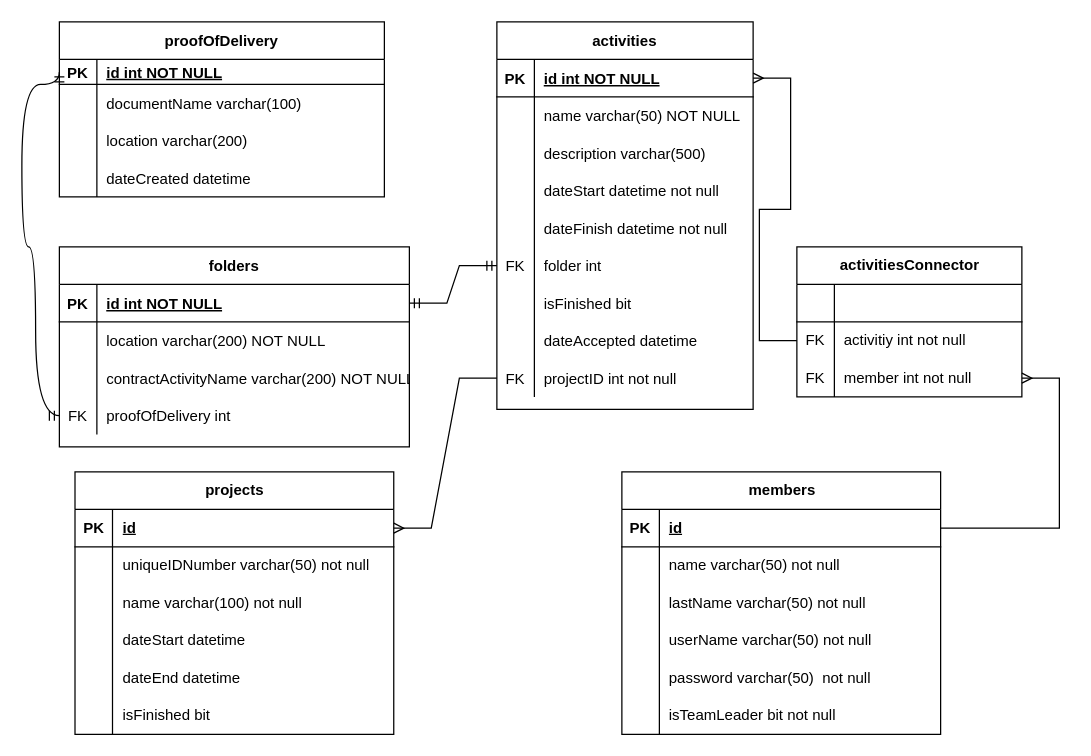
Above: diagram/project_organiser.drawio in Matija1988/EDUNOVA_project_organiser (draw.io), before the change. Source tidied: cells renumbered, new cells numbered last; positions are measured from the earlier drawing's top-left corner, leaving out a move shared by most shapes. Both pictures are drawn from the tidied source at 125%, with x=0, y=0 at pixel (21, 21).
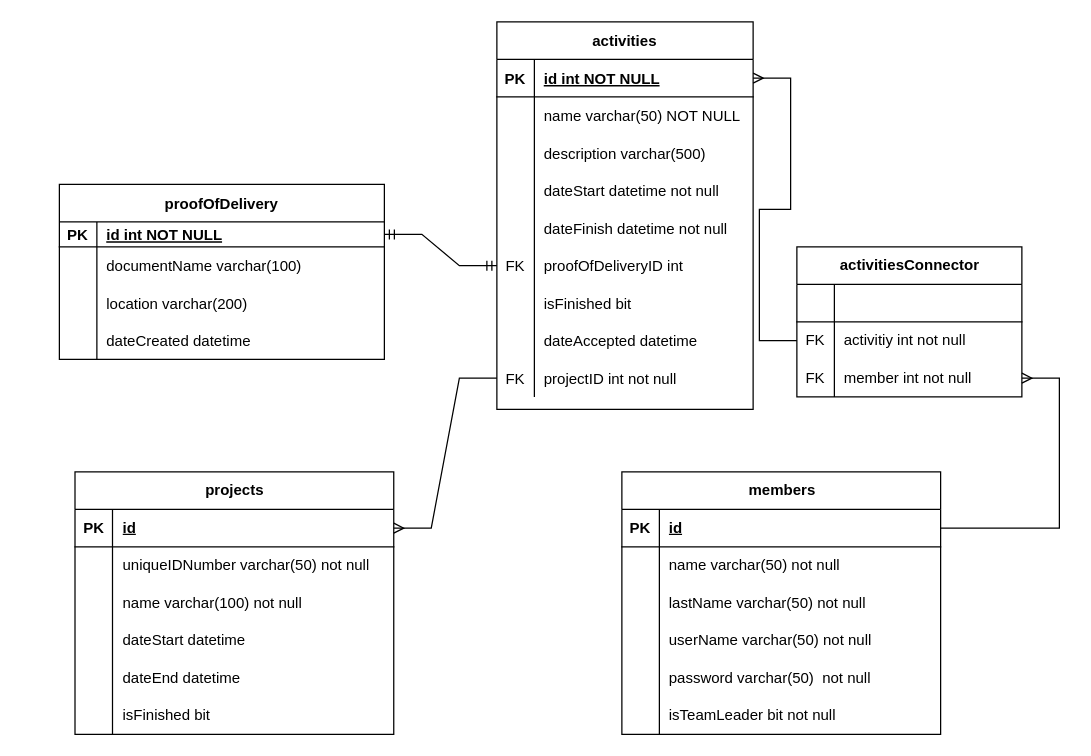
The same diagram, later.

The change refers to these unchanged cells:
```xml
<mxCell id="16" style="shape=partialRectangle;fillColor=none;points=[[0,0.5],[1,0.5]];portConstraint=eastwest;top=0;left=0;right=0;bottom=1;" parent="15" vertex="1">
  <mxGeometry y="30" width="260" height="20" as="geometry" />
</mxCell>
<mxCell id="44" style="shape=partialRectangle;fillColor=none;points=[[0,0.5],[1,0.5]];portConstraint=eastwest;top=0;left=0;right=0;bottom=0;" parent="28" vertex="1">
  <mxGeometry y="180" width="205" height="30" as="geometry" />
</mxCell>
```

Change to the diagram source:
```diff
@@
-    <mxCell id="2" value="folders" style="shape=table;startSize=30;childLayout=tableLayout;rowLines=0;fontStyle=1;align=center;" parent="1" vertex="1">
-      <mxGeometry x="30" y="180" width="280" height="160" as="geometry" />
-    </mxCell>
-    <mxCell id="3" style="shape=partialRectangle;fillColor=none;points=[[0,0.5],[1,0.5]];portConstraint=eastwest;top=0;left=0;right=0;bottom=1;" parent="2" vertex="1">
-      <mxGeometry y="30" width="280" height="30" as="geometry" />
-    </mxCell>
-    <mxCell id="4" value="PK" style="shape=partialRectangle;overflow=hidden;fillColor=none;top=0;left=0;bottom=0;right=0;fontStyle=1;" parent="3" vertex="1">
-      <mxGeometry width="30" height="30" as="geometry" />
-    </mxCell>
-    <mxCell id="5" value="id int NOT NULL " style="shape=partialRectangle;overflow=hidden;fillColor=none;top=0;left=0;bottom=0;right=0;align=left;spacingLeft=6;fontStyle=5;" parent="3" vertex="1">
-      <mxGeometry x="30" width="250" height="30" as="geometry" />
-    </mxCell>
-    <mxCell id="6" style="shape=partialRectangle;fillColor=none;top=0;left=0;right=0;bottom=0;" parent="2" vertex="1">
-      <mxGeometry y="60" width="280" height="30" as="geometry" />
-    </mxCell>
-    <mxCell id="7" style="shape=partialRectangle;overflow=hidden;fillColor=none;top=0;left=0;bottom=0;right=0;" parent="6" vertex="1">
-      <mxGeometry width="30" height="30" as="geometry" />
-    </mxCell>
-    <mxCell id="8" value="location varchar(200) NOT NULL" style="shape=partialRectangle;overflow=hidden;fillColor=none;top=0;left=0;bottom=0;right=0;align=left;spacingLeft=6;" parent="6" vertex="1">
-      <mxGeometry x="30" width="250" height="30" as="geometry" />
-    </mxCell>
-    <mxCell id="9" style="shape=partialRectangle;fillColor=none;top=0;left=0;right=0;bottom=0;" parent="2" vertex="1">
-      <mxGeometry y="90" width="280" height="30" as="geometry" />
-    </mxCell>
-    <mxCell id="10" style="shape=partialRectangle;overflow=hidden;fillColor=none;top=0;left=0;bottom=0;right=0;" parent="9" vertex="1">
-      <mxGeometry width="30" height="30" as="geometry" />
-    </mxCell>
-    <mxCell id="11" value="contractActivityName varchar(200) NOT NULL" style="shape=partialRectangle;overflow=hidden;fillColor=none;top=0;left=0;bottom=0;right=0;align=left;spacingLeft=6;" parent="9" vertex="1">
-      <mxGeometry x="30" width="250" height="30" as="geometry" />
-    </mxCell>
-    <mxCell id="12" style="shape=partialRectangle;fillColor=none;points=[[0,0.5],[1,0.5]];portConstraint=eastwest;top=0;left=0;right=0;bottom=0;" parent="2" vertex="1">
-      <mxGeometry y="120" width="280" height="30" as="geometry" />
-    </mxCell>
-    <mxCell id="13" value="FK" style="shape=partialRectangle;overflow=hidden;fillColor=none;top=0;left=0;bottom=0;right=0;" parent="12" vertex="1">
-      <mxGeometry width="30" height="30" as="geometry" />
-    </mxCell>
-    <mxCell id="14" value="proofOfDelivery int " style="shape=partialRectangle;overflow=hidden;fillColor=none;top=0;left=0;bottom=0;right=0;align=left;spacingLeft=6;" parent="12" vertex="1">
-      <mxGeometry x="30" width="250" height="30" as="geometry" />
-    </mxCell>
     <mxCell id="15" value="proofOfDelivery" style="shape=table;startSize=30;childLayout=tableLayout;rowLines=0;fontStyle=1;align=center;" parent="1" vertex="1">
-      <mxGeometry x="30" width="260" height="140" as="geometry" />
+      <mxGeometry x="30" y="130" width="260" height="140" as="geometry" />
     </mxCell>
@@
-    <mxCell id="46" value="folder int" style="shape=partialRectangle;overflow=hidden;fillColor=none;top=0;left=0;bottom=0;right=0;align=left;spacingLeft=6;" parent="44" vertex="1">
+    <mxCell id="46" value="proofOfDeliveryID int" style="shape=partialRectangle;overflow=hidden;fillColor=none;top=0;left=0;bottom=0;right=0;align=left;spacingLeft=6;" parent="44" vertex="1">
       <mxGeometry x="30" width="175" height="30" as="geometry" />
     </mxCell>
@@
-    <mxCell id="104" style="edgeStyle=orthogonalEdgeStyle;fontSize=12;html=1;endArrow=ERmandOne;startArrow=ERmandOne;rounded=0;strokeColor=default;exitX=0;exitY=0.5;exitDx=0;exitDy=0;curved=1;entryX=0;entryY=0.5;entryDx=0;entryDy=0;" parent="1" edge="1" source="16" target="12">
-      <mxGeometry relative="1" as="geometry">
-        <Array as="points">
-          <mxPoint x="30" y="50" />
-          <mxPoint y="50" />
-          <mxPoint y="180" />
-          <mxPoint x="11" y="180" />
-          <mxPoint x="11" y="315" />
-        </Array>
-      </mxGeometry>
-    </mxCell>
-    <mxCell id="105" style="edgeStyle=entityRelationEdgeStyle;fontSize=12;html=1;endArrow=ERmandOne;startArrow=ERmandOne;rounded=0;exitX=1;exitY=0.5;exitDx=0;exitDy=0;entryX=0;entryY=0.5;entryDx=0;entryDy=0;" parent="1" edge="1" source="3" target="44">
-      <mxGeometry relative="1" as="geometry" />
+    <mxCell id="105" style="edgeStyle=entityRelationEdgeStyle;fontSize=12;html=1;endArrow=ERmandOne;startArrow=ERmandOne;rounded=0;exitX=1;exitY=0.5;exitDx=0;exitDy=0;entryX=0;entryY=0.5;entryDx=0;entryDy=0;" parent="1" edge="1" source="16" target="44">
+      <mxGeometry relative="1" as="geometry">
+        <Array as="points">
+          <mxPoint x="300" y="210" />
+        </Array>
+      </mxGeometry>
     </mxCell>
```
